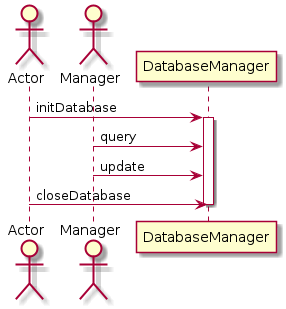
Before: docs/sequence_uml/database_manager.png, a diagram exported from PlantUML (avrocha/plant-floor-control).
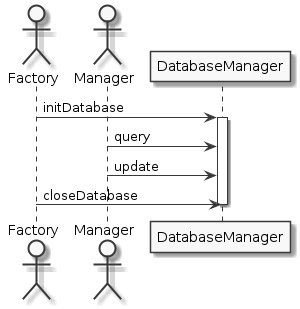
Later version of the same file.

Change to the diagram source:
```diff
@@ -1,15 +1,18 @@
 @startuml
+skinparam linetype ortho
+skinparam Monochrome true
+skinparam classAttributeIconSize 0
 
-actor Actor as Actor
+actor Factory as Factory
 actor Manager as Manager
 
-Actor -> DatabaseManager: initDatabase
+Factory -> DatabaseManager: initDatabase
 activate DatabaseManager
 
 DatabaseManager <- Manager: query
 
 DatabaseManager <- Manager: update
 
-Actor -> DatabaseManager: closeDatabase
+Factory -> DatabaseManager: closeDatabase
 deactivate DatabaseManager
 @enduml
```
